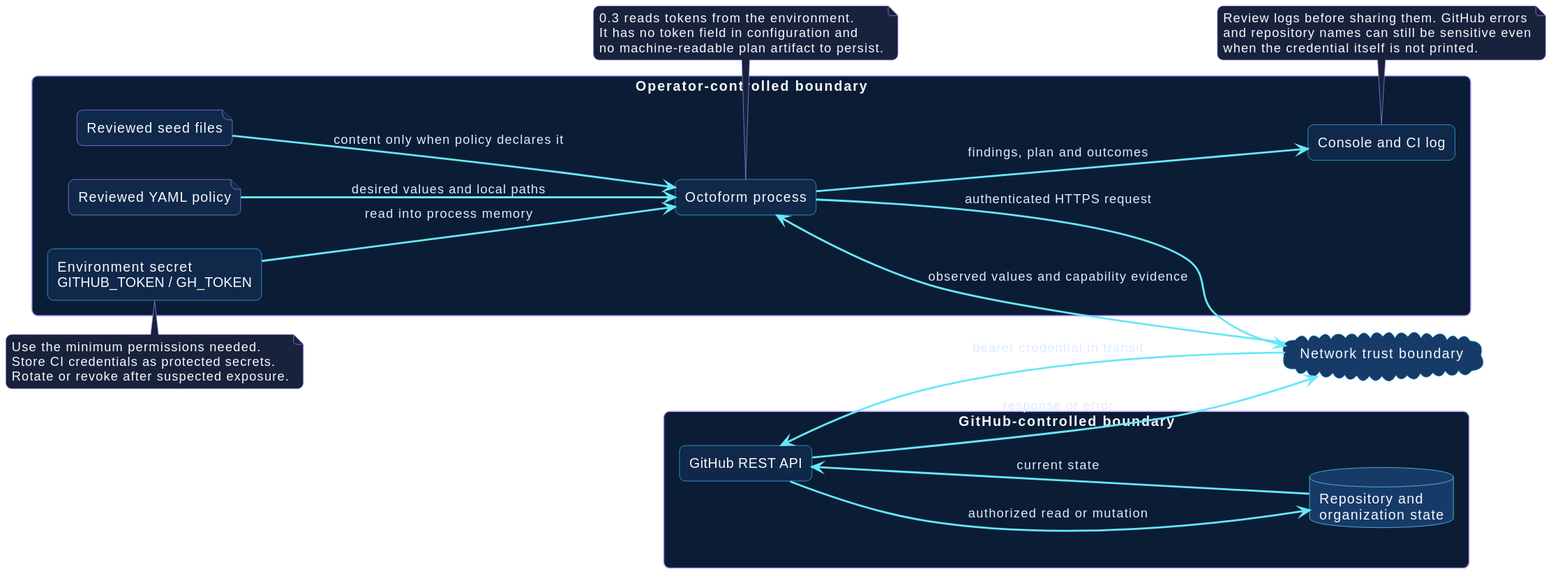
The PlantUML diagram docs/assets/diagrams/trust-and-data-flow.svg in hector-ae21/octoform-docs, before a commit.
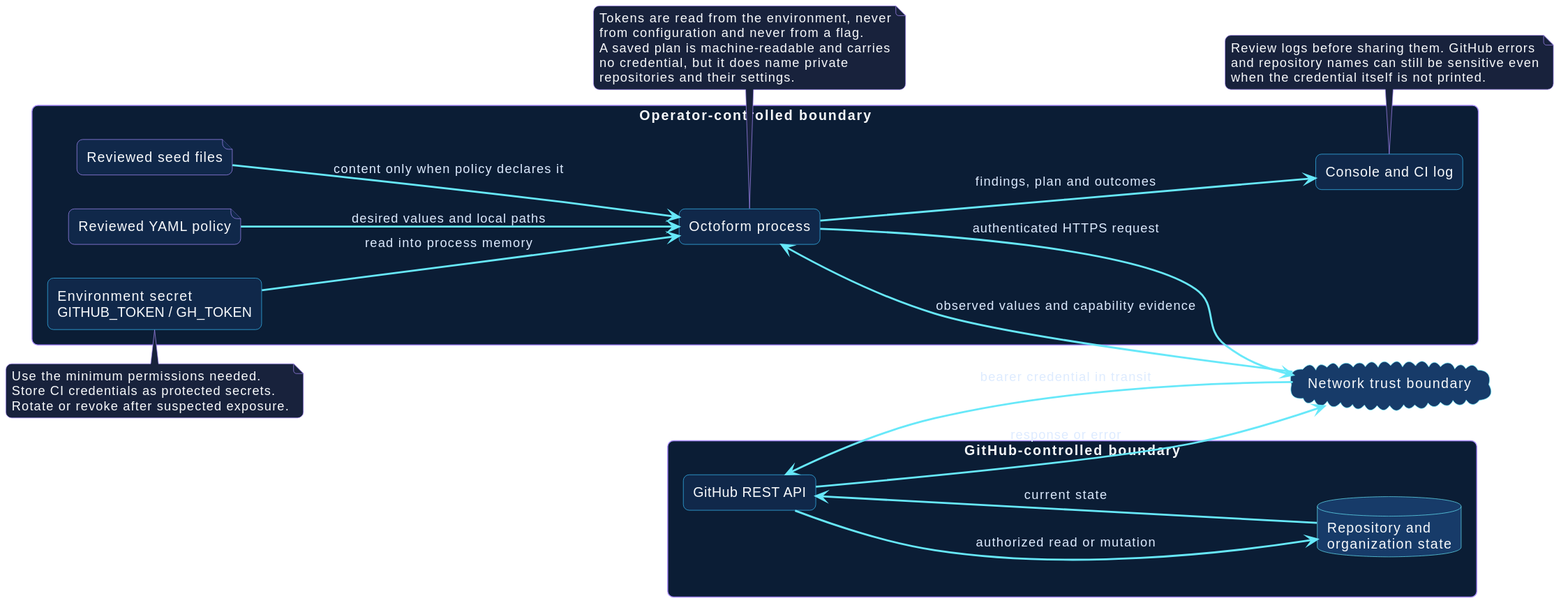
Later version of the same file.

Change to the diagram source:
```diff
@@ -34,9 +34,11 @@
 end note
 
 note bottom of Process
-  0.3 reads tokens from the environment.
-  It has no token field in configuration and
-  no machine-readable plan artifact to persist.
+  Tokens are read from the environment, never
+  from configuration and never from a flag.
+  A saved plan is machine-readable and carries
+  no credential, but it does name private
+  repositories and their settings.
 end note
 
 note bottom of Output
```
